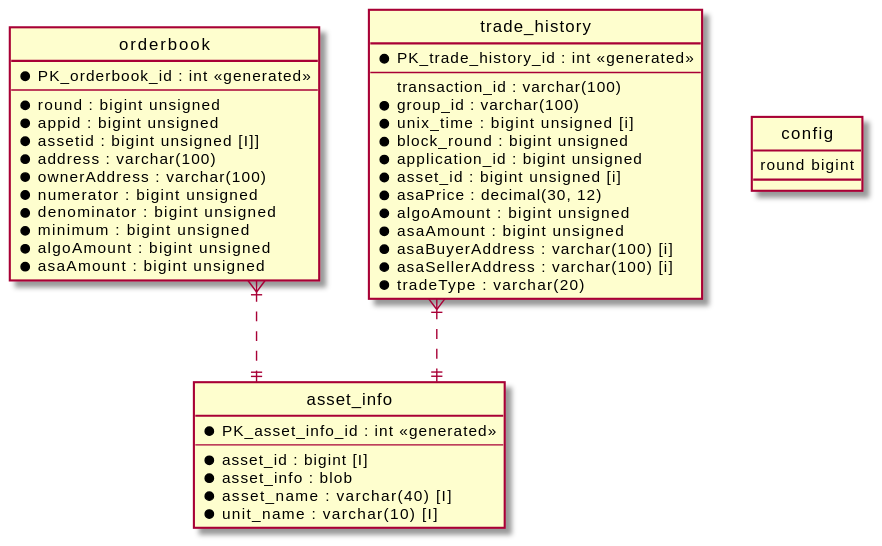
This is diagrams/images/db_schema.svg from algodex/algodex-architecture, a PlantUML export, as it was before one commit. Its diagram source:
```plantuml
@startuml
hide circle

skinparam linetype ortho

entity asset_info {
  *PK_asset_info_id : int <<generated>>
  --
  *asset_id : bigint [I]
  *asset_info : blob
  *asset_name : varchar(40)  [I]
  *unit_name : varchar(10)  [I]
}

entity config {
  round bigint
}

entity orderbook {
  *PK_orderbook_id : int <<generated>>
  --
  *round : bigint unsigned
  *appid : bigint unsigned
  *assetid : bigint unsigned [I]]
  *address : varchar(100)
  *ownerAddress : varchar(100)
  *numerator : bigint unsigned
  *denominator : bigint unsigned
  *minimum : bigint unsigned
  *algoAmount : bigint unsigned
  *asaAmount : bigint unsigned
}
entity trade_history {
  *PK_trade_history_id : int <<generated>>
  --
  transaction_id : varchar(100)
  *group_id : varchar(100)
  *unix_time : bigint unsigned [i]
  *block_round : bigint unsigned
  *application_id : bigint unsigned
  *asset_id : bigint unsigned [i]
  *asaPrice : decimal(30, 12)
  *algoAmount : bigint unsigned
  *asaAmount : bigint unsigned
  *asaBuyerAddress : varchar(100) [i]
  *asaSellerAddress : varchar(100) [i]
  *tradeType : varchar(20)
}

trade_history }|..|| asset_info
orderbook }|..|| asset_info
@enduml
```
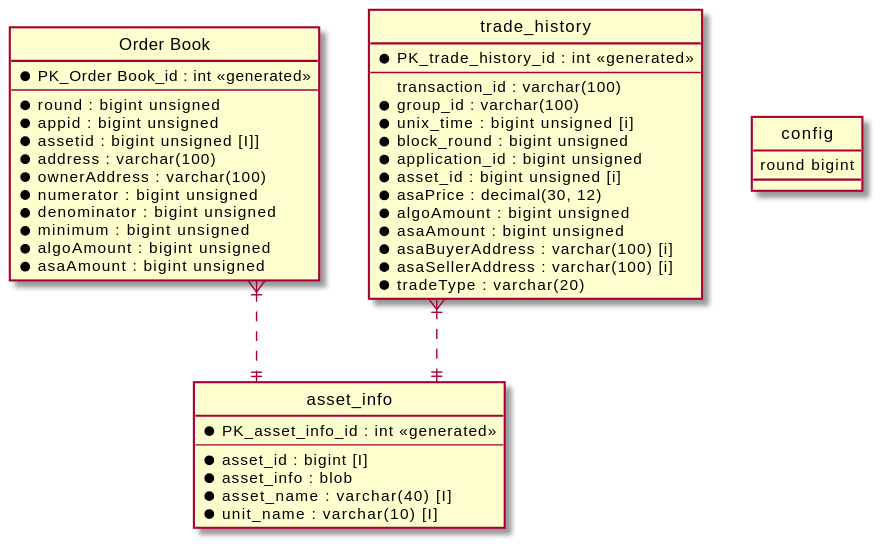
After the change.

The edit, as a diff of the source:
```diff
@@ -16,8 +16,8 @@
   round bigint
 }
 
-entity orderbook {
-  *PK_orderbook_id : int <<generated>>
+entity Order Book {
+  *PK_Order Book_id : int <<generated>>
   --
   *round : bigint unsigned
   *appid : bigint unsigned
@@ -48,5 +48,5 @@
 }
 
 trade_history }|..|| asset_info
-orderbook }|..|| asset_info
+Order Book }|..|| asset_info
 @enduml
```
